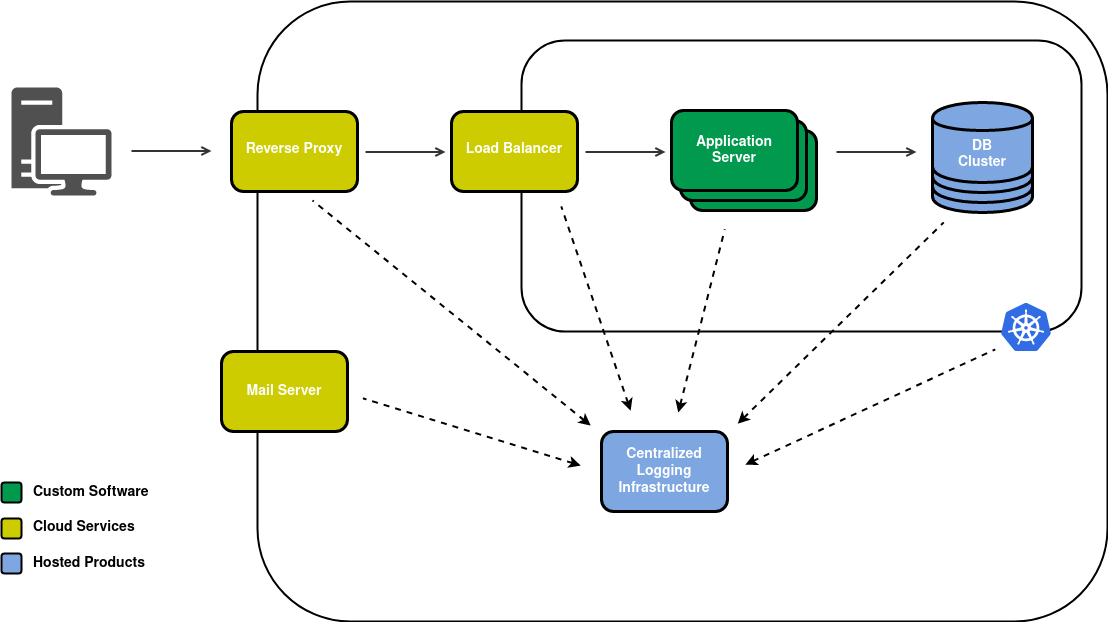
Above: assets/posts/2020-08-31-rico-logging/modern-application-setup.png in karakun/karakun.github.io (draw.io), before the change. Source tidied: cells renumbered, new cells last; positions are measured from the earlier drawing's top-left corner, leaving out a move shared by most shapes.
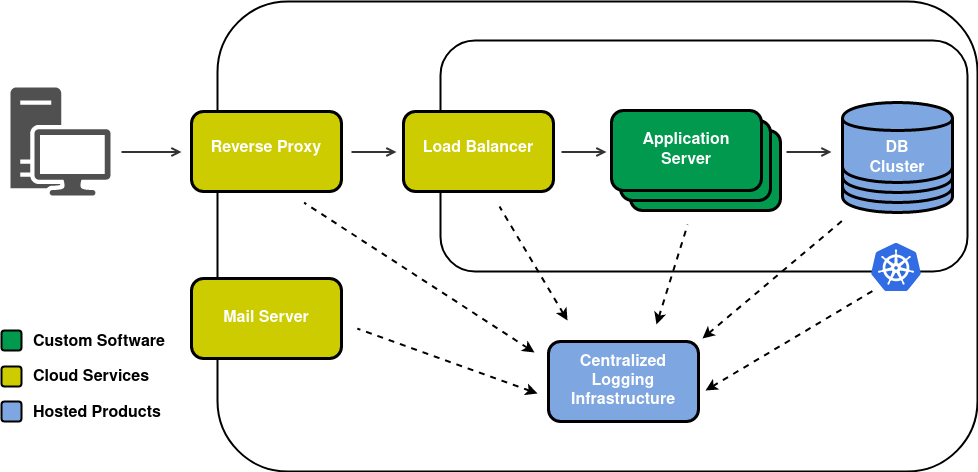
The same diagram one commit later.

Commit message:
add graphics to logging blog post

Change to the diagram source:
```diff
@@ -3,113 +3,121 @@
     <mxCell id="0" />
     <mxCell id="1" parent="0" />
     <mxCell id="2" style="rounded=1;whiteSpace=wrap;html=1;strokeWidth=2;" parent="1" vertex="1">
-      <mxGeometry x="256" width="850" height="620" as="geometry" />
+      <mxGeometry x="256" width="760" height="470" as="geometry" />
     </mxCell>
     <mxCell id="3" style="rounded=1;whiteSpace=wrap;html=1;strokeWidth=2;" parent="1" vertex="1">
-      <mxGeometry x="520" y="39" width="560" height="291" as="geometry" />
+      <mxGeometry x="479" y="39" width="527" height="231" as="geometry" />
     </mxCell>
     <mxCell id="4" style="rounded=1;whiteSpace=wrap;html=1;strokeWidth=3;fontColor=#ffffff;fillColor=#00994D;" parent="1" vertex="1">
-      <mxGeometry x="689" y="129" width="126" height="80" as="geometry" />
+      <mxGeometry x="669" y="129" width="150" height="80" as="geometry" />
     </mxCell>
     <mxCell id="5" style="rounded=1;whiteSpace=wrap;html=1;strokeWidth=3;fontColor=#ffffff;fillColor=#00994D;" parent="1" vertex="1">
-      <mxGeometry x="679" y="119" width="126" height="80" as="geometry" />
+      <mxGeometry x="659" y="119" width="150" height="80" as="geometry" />
     </mxCell>
-    <mxCell id="6" value="&lt;div style=&quot;font-size: 14px;&quot;&gt;Application&lt;/div&gt;&lt;div style=&quot;font-size: 14px;&quot;&gt;Server&lt;/div&gt;" style="rounded=1;whiteSpace=wrap;html=1;strokeWidth=3;fontColor=#ffffff;fillColor=#00994D;fontSize=14;fontStyle=1;" parent="1" vertex="1">
-      <mxGeometry x="670" y="109" width="126" height="80" as="geometry" />
+    <mxCell id="6" value="&lt;div style=&quot;font-size: 16px;&quot;&gt;Application&lt;/div&gt;&lt;div style=&quot;font-size: 16px;&quot;&gt;Server&lt;/div&gt;" style="rounded=1;whiteSpace=wrap;html=1;strokeWidth=3;fontColor=#ffffff;fillColor=#00994D;fontSize=16;fontStyle=1;" parent="1" vertex="1">
+      <mxGeometry x="650" y="109" width="150" height="80" as="geometry" />
     </mxCell>
-    <mxCell id="7" value="&lt;p style=&quot;line-height: 120%; font-size: 14px;&quot;&gt;&lt;/p&gt;&lt;div style=&quot;font-size: 14px;&quot;&gt;&lt;font style=&quot;font-size: 14px;&quot;&gt;&lt;sup style=&quot;font-size: 14px;&quot;&gt;&lt;font style=&quot;font-size: 14px;&quot;&gt;Reverse Proxy&lt;/font&gt;&lt;/sup&gt;&lt;/font&gt;&lt;/div&gt;&lt;p style=&quot;font-size: 14px;&quot;&gt;&lt;/p&gt;" style="rounded=1;whiteSpace=wrap;strokeWidth=3;fontColor=#ffffff;fillColor=#CCCC00;spacing=2;html=1;fontSize=14;fontStyle=1;" parent="1" vertex="1">
-      <mxGeometry x="230" y="110" width="126" height="80" as="geometry" />
+    <mxCell id="7" value="&lt;p style=&quot;line-height: 120%; font-size: 16px;&quot;&gt;&lt;/p&gt;&lt;div style=&quot;font-size: 16px;&quot;&gt;&lt;font style=&quot;font-size: 16px;&quot;&gt;&lt;sup style=&quot;font-size: 16px;&quot;&gt;&lt;font style=&quot;font-size: 16px;&quot;&gt;Reverse Proxy&lt;/font&gt;&lt;/sup&gt;&lt;/font&gt;&lt;/div&gt;&lt;p style=&quot;font-size: 16px;&quot;&gt;&lt;/p&gt;" style="rounded=1;whiteSpace=wrap;strokeWidth=3;fontColor=#ffffff;fillColor=#CCCC00;spacing=2;html=1;fontSize=16;fontStyle=1;" parent="1" vertex="1">
+      <mxGeometry x="230" y="110" width="150" height="80" as="geometry" />
     </mxCell>
     <mxCell id="8" style="endArrow=open;html=1;endFill=0;strokeWidth=2;strokeColor=#333333;" parent="1" edge="1">
       <mxGeometry relative="1" as="geometry">
-        <mxPoint x="130" y="149.5" as="sourcePoint" />
-        <mxPoint x="210" y="149.5" as="targetPoint" />
+        <mxPoint x="160" y="150.5" as="sourcePoint" />
+        <mxPoint x="220" y="150.5" as="targetPoint" />
       </mxGeometry>
     </mxCell>
     <mxCell id="9" style="endArrow=open;html=1;endFill=0;strokeWidth=2;strokeColor=#333333;" parent="1" edge="1">
       <mxGeometry relative="1" as="geometry">
-        <mxPoint x="835" y="150.5" as="sourcePoint" />
-        <mxPoint x="915" y="150.5" as="targetPoint" />
+        <mxPoint x="825" y="150.5" as="sourcePoint" />
+        <mxPoint x="870" y="150.5" as="targetPoint" />
       </mxGeometry>
     </mxCell>
-    <mxCell id="10" value="Centralized&lt;br style=&quot;font-size: 14px;&quot;&gt;Logging&lt;br style=&quot;font-size: 14px;&quot;&gt;Infrastructure" style="rounded=1;whiteSpace=wrap;html=1;strokeWidth=3;fontColor=#ffffff;fillColor=#7EA6E0;fontSize=14;fontStyle=1;" parent="1" vertex="1">
-      <mxGeometry x="600" y="430" width="126" height="80" as="geometry" />
+    <mxCell id="10" value="Centralized&lt;br style=&quot;font-size: 16px;&quot;&gt;Logging&lt;br style=&quot;font-size: 16px;&quot;&gt;Infrastructure" style="rounded=1;whiteSpace=wrap;html=1;strokeWidth=3;fontColor=#ffffff;fillColor=#7EA6E0;fontSize=16;fontStyle=1;" parent="1" vertex="1">
+      <mxGeometry x="587" y="340" width="150" height="80" as="geometry" />
     </mxCell>
-    <mxCell id="11" value="Mail Server" style="rounded=1;whiteSpace=wrap;html=1;strokeWidth=3;fontColor=#ffffff;fillColor=#CCCC00;fontSize=14;fontStyle=1;" parent="1" vertex="1">
-      <mxGeometry x="220" y="350" width="126" height="80" as="geometry" />
+    <mxCell id="11" value="Mail Server" style="rounded=1;whiteSpace=wrap;html=1;strokeWidth=3;fontColor=#ffffff;fillColor=#CCCC00;fontSize=16;fontStyle=1;" parent="1" vertex="1">
+      <mxGeometry x="230" y="277" width="150" height="80" as="geometry" />
     </mxCell>
     <mxCell id="12" style="rounded=1;whiteSpace=wrap;html=1;strokeWidth=2;fontColor=#ffffff;fillColor=#00994D;fontSize=14;fontStyle=1;" parent="1" vertex="1">
-      <mxGeometry y="481" width="20" height="20" as="geometry" />
+      <mxGeometry x="40" y="329" width="20" height="20" as="geometry" />
     </mxCell>
-    <mxCell id="13" value="Custom Software" style="text;html=1;strokeColor=none;fillColor=none;align=left;verticalAlign=middle;whiteSpace=wrap;rounded=0;fontSize=14;fontStyle=1;" parent="1" vertex="1">
-      <mxGeometry x="30" y="481" width="130" height="20" as="geometry" />
+    <mxCell id="13" value="Custom Software" style="text;html=1;strokeColor=none;fillColor=none;align=left;verticalAlign=middle;whiteSpace=wrap;rounded=0;fontSize=16;fontStyle=1;" parent="1" vertex="1">
+      <mxGeometry x="70" y="331" width="160" height="20" as="geometry" />
     </mxCell>
     <mxCell id="14" style="rounded=1;whiteSpace=wrap;html=1;strokeWidth=2;fontColor=#ffffff;fillColor=#CCCC00;fontSize=14;fontStyle=1;" parent="1" vertex="1">
-      <mxGeometry y="517" width="20" height="20" as="geometry" />
+      <mxGeometry x="40" y="365" width="20" height="20" as="geometry" />
     </mxCell>
-    <mxCell id="15" value="Cloud Services" style="text;html=1;strokeColor=none;fillColor=none;align=left;verticalAlign=middle;whiteSpace=wrap;rounded=0;fontSize=14;fontStyle=1;" parent="1" vertex="1">
-      <mxGeometry x="30" y="516" width="130" height="20" as="geometry" />
+    <mxCell id="15" value="Cloud Services" style="text;html=1;strokeColor=none;fillColor=none;align=left;verticalAlign=middle;whiteSpace=wrap;rounded=0;fontSize=16;fontStyle=1;" parent="1" vertex="1">
+      <mxGeometry x="70" y="366" width="130" height="20" as="geometry" />
     </mxCell>
     <mxCell id="16" style="rounded=1;whiteSpace=wrap;html=1;strokeWidth=2;fontColor=#ffffff;fillColor=#7EA6E0;fontSize=14;fontStyle=1;" parent="1" vertex="1">
-      <mxGeometry y="552" width="20" height="20" as="geometry" />
+      <mxGeometry x="40" y="400" width="20" height="20" as="geometry" />
     </mxCell>
-    <mxCell id="17" value="Hosted Products" style="text;html=1;strokeColor=none;fillColor=none;align=left;verticalAlign=middle;whiteSpace=wrap;rounded=0;fontSize=14;fontStyle=1;" parent="1" vertex="1">
-      <mxGeometry x="30" y="552" width="130" height="20" as="geometry" />
+    <mxCell id="17" value="Hosted Products" style="text;html=1;strokeColor=none;fillColor=none;align=left;verticalAlign=middle;whiteSpace=wrap;rounded=0;fontSize=16;fontStyle=1;" parent="1" vertex="1">
+      <mxGeometry x="70" y="402" width="130" height="20" as="geometry" />
     </mxCell>
-    <mxCell id="18" style="endArrow=none;dashed=1;html=1;startArrow=classic;startFill=1;strokeWidth=2;exitX=0.392;exitY=0.684;exitDx=0;exitDy=0;exitPerimeter=0;" parent="1" edge="1" source="2">
-      <mxGeometry relative="1" as="geometry">
-        <mxPoint x="311" y="199" as="targetPoint" />
-      </mxGeometry>
-    </mxCell>
     <mxCell id="19" style="shadow=0;dashed=0;html=1;strokeColor=none;fillColor=#505050;labelPosition=center;verticalLabelPosition=bottom;verticalAlign=top;align=center;shape=mxgraph.office.devices.workstation;" parent="1" vertex="1">
-      <mxGeometry x="10" y="86" width="100" height="108" as="geometry" />
+      <mxGeometry x="49" y="86" width="100" height="108" as="geometry" />
     </mxCell>
-    <mxCell id="20" value="&lt;p style=&quot;line-height: 120%; font-size: 14px;&quot;&gt;&lt;/p&gt;&lt;div style=&quot;font-size: 14px;&quot;&gt;&lt;font style=&quot;font-size: 14px;&quot;&gt;&lt;sup style=&quot;font-size: 14px;&quot;&gt;&lt;font style=&quot;font-size: 14px;&quot;&gt;Load Balancer&lt;/font&gt;&lt;/sup&gt;&lt;/font&gt;&lt;/div&gt;&lt;p style=&quot;font-size: 14px;&quot;&gt;&lt;/p&gt;" style="rounded=1;whiteSpace=wrap;strokeWidth=3;fontColor=#ffffff;fillColor=#CCCC00;spacing=2;html=1;fontSize=14;fontStyle=1;" parent="1" vertex="1">
-      <mxGeometry x="450" y="110" width="126" height="80" as="geometry" />
+    <mxCell id="20" value="&lt;p style=&quot;line-height: 120%; font-size: 16px;&quot;&gt;&lt;/p&gt;&lt;div style=&quot;font-size: 16px;&quot;&gt;&lt;font style=&quot;font-size: 16px;&quot;&gt;&lt;sup style=&quot;font-size: 16px;&quot;&gt;&lt;font style=&quot;font-size: 16px;&quot;&gt;Load Balancer&lt;/font&gt;&lt;/sup&gt;&lt;/font&gt;&lt;/div&gt;&lt;p style=&quot;font-size: 16px;&quot;&gt;&lt;/p&gt;" style="rounded=1;whiteSpace=wrap;strokeWidth=3;fontColor=#ffffff;fillColor=#CCCC00;spacing=2;html=1;fontSize=16;fontStyle=1;" parent="1" vertex="1">
+      <mxGeometry x="442" y="110" width="150" height="80" as="geometry" />
     </mxCell>
     <mxCell id="21" style="endArrow=open;html=1;endFill=0;strokeWidth=2;strokeColor=#333333;" parent="1" edge="1">
       <mxGeometry relative="1" as="geometry">
-        <mxPoint x="364" y="150.5" as="sourcePoint" />
-        <mxPoint x="444" y="150.5" as="targetPoint" />
+        <mxPoint x="390" y="150.5" as="sourcePoint" />
+        <mxPoint x="435" y="150.5" as="targetPoint" />
       </mxGeometry>
     </mxCell>
     <mxCell id="22" style="shape=cylinder;whiteSpace=wrap;html=1;boundedLbl=1;backgroundOutline=1;strokeWidth=3;fillColor=#7EA6E0;strokeColor=#000000;rounded=1;fontColor=#ffffff;" parent="1" vertex="1">
-      <mxGeometry x="931" y="131" width="100" height="80" as="geometry" />
+      <mxGeometry x="881" y="131" width="110" height="80" as="geometry" />
     </mxCell>
     <mxCell id="23" style="shape=cylinder;whiteSpace=wrap;html=1;boundedLbl=1;backgroundOutline=1;strokeWidth=3;fillColor=#7EA6E0;strokeColor=#000000;rounded=1;fontColor=#ffffff;" parent="1" vertex="1">
-      <mxGeometry x="931" y="121" width="100" height="80" as="geometry" />
+      <mxGeometry x="881" y="121" width="110" height="80" as="geometry" />
     </mxCell>
     <mxCell id="24" style="shape=cylinder;whiteSpace=wrap;html=1;boundedLbl=1;backgroundOutline=1;strokeWidth=3;fillColor=#7EA6E0;strokeColor=#000000;rounded=1;fontColor=#ffffff;" parent="1" vertex="1">
-      <mxGeometry x="931" y="111" width="100" height="80" as="geometry" />
+      <mxGeometry x="881" y="111" width="110" height="80" as="geometry" />
     </mxCell>
-    <mxCell id="25" value="DB&lt;br style=&quot;font-size: 14px;&quot;&gt;Cluster" style="shape=cylinder;whiteSpace=wrap;html=1;boundedLbl=1;backgroundOutline=1;strokeWidth=3;fillColor=#7EA6E0;strokeColor=#000000;rounded=1;fontColor=#ffffff;fontSize=14;fontStyle=1;" parent="1" vertex="1">
-      <mxGeometry x="931" y="101" width="100" height="80" as="geometry" />
+    <mxCell id="25" value="DB&lt;br style=&quot;font-size: 16px;&quot;&gt;Cluster" style="shape=cylinder;whiteSpace=wrap;html=1;boundedLbl=1;backgroundOutline=1;strokeWidth=3;fillColor=#7EA6E0;strokeColor=#000000;rounded=1;fontColor=#ffffff;fontSize=16;fontStyle=1;spacingTop=7;" parent="1" vertex="1">
+      <mxGeometry x="881" y="101" width="110" height="80" as="geometry" />
     </mxCell>
     <mxCell id="26" style="html=1;align=center;image;fontSize=12;image=img/lib/mscae/Kubernetes.svg;strokeColor=#000000;strokeWidth=2;" parent="1" vertex="1">
-      <mxGeometry x="1000" y="302" width="50" height="48" as="geometry" />
+      <mxGeometry x="910" y="242" width="50" height="48" as="geometry" />
     </mxCell>
     <mxCell id="27" style="endArrow=open;html=1;endFill=0;strokeWidth=2;strokeColor=#333333;" parent="1" edge="1">
       <mxGeometry relative="1" as="geometry">
-        <mxPoint x="584" y="150.5" as="sourcePoint" />
-        <mxPoint x="664" y="150.5" as="targetPoint" />
+        <mxPoint x="600" y="150.5" as="sourcePoint" />
+        <mxPoint x="645" y="150.5" as="targetPoint" />
       </mxGeometry>
     </mxCell>
-    <mxCell id="28" style="endArrow=none;dashed=1;html=1;startArrow=classic;startFill=1;strokeWidth=2;exitX=0.392;exitY=0.684;exitDx=0;exitDy=0;exitPerimeter=0;entryX=0.124;entryY=0.64;entryDx=0;entryDy=0;entryPerimeter=0;" parent="1" edge="1" target="2">
-      <mxGeometry relative="1" as="geometry">
-        <mxPoint x="579.2" y="464.1" as="sourcePoint" />
-      </mxGeometry>
-    </mxCell>
-    <mxCell id="29" style="endArrow=none;dashed=1;html=1;startArrow=classic;startFill=1;strokeWidth=2;exitX=0.439;exitY=0.66;exitDx=0;exitDy=0;exitPerimeter=0;entryX=0.071;entryY=0.57;entryDx=0;entryDy=0;entryPerimeter=0;" parent="1" edge="1" source="2" target="3">
-      <mxGeometry relative="1" as="geometry" />
+    <mxCell id="29" style="endArrow=none;dashed=1;html=1;startArrow=classic;startFill=1;strokeWidth=2;entryX=0.112;entryY=0.719;entryDx=0;entryDy=0;entryPerimeter=0;" parent="1" edge="1" target="3">
+      <mxGeometry relative="1" as="geometry">
+        <mxPoint x="606" y="319" as="sourcePoint" />
+      </mxGeometry>
     </mxCell>
-    <mxCell id="30" style="endArrow=none;dashed=1;html=1;startArrow=classic;startFill=1;strokeWidth=2;exitX=0.495;exitY=0.663;exitDx=0;exitDy=0;exitPerimeter=0;entryX=0.363;entryY=0.649;entryDx=0;entryDy=0;entryPerimeter=0;" parent="1" edge="1" source="2" target="3">
-      <mxGeometry relative="1" as="geometry" />
+    <mxCell id="30" style="endArrow=none;dashed=1;html=1;startArrow=classic;startFill=1;strokeWidth=2;entryX=0.469;entryY=0.797;entryDx=0;entryDy=0;entryPerimeter=0;" parent="1" edge="1" target="3">
+      <mxGeometry relative="1" as="geometry">
+        <mxPoint x="695" y="323" as="sourcePoint" />
+      </mxGeometry>
     </mxCell>
-    <mxCell id="31" style="endArrow=none;dashed=1;html=1;startArrow=classic;startFill=1;strokeWidth=2;exitX=0.565;exitY=0.681;exitDx=0;exitDy=0;exitPerimeter=0;entryX=0.754;entryY=0.625;entryDx=0;entryDy=0;entryPerimeter=0;" parent="1" edge="1" source="2" target="3">
-      <mxGeometry relative="1" as="geometry" />
-    </mxCell>
-    <mxCell id="32" style="endArrow=none;dashed=1;html=1;startArrow=classic;startFill=1;strokeWidth=2;exitX=0.574;exitY=0.747;exitDx=0;exitDy=0;exitPerimeter=0;entryX=0.868;entryY=0.561;entryDx=0;entryDy=0;entryPerimeter=0;" parent="1" edge="1" source="2" target="2">
-      <mxGeometry relative="1" as="geometry" />
-    </mxCell>
+    <mxCell id="33" style="endArrow=none;dashed=1;html=1;startArrow=classic;startFill=1;strokeWidth=2;entryX=0.184;entryY=0.696;entryDx=0;entryDy=0;entryPerimeter=0;" parent="1" edge="1" target="2">
+      <mxGeometry relative="1" as="geometry">
+        <mxPoint x="576" y="392" as="sourcePoint" />
+      </mxGeometry>
+    </mxCell>
+    <mxCell id="34" style="endArrow=none;dashed=1;html=1;startArrow=classic;startFill=1;strokeWidth=2;entryX=0.114;entryY=0.428;entryDx=0;entryDy=0;entryPerimeter=0;" parent="1" edge="1" target="2">
+      <mxGeometry relative="1" as="geometry">
+        <mxPoint x="573" y="351" as="sourcePoint" />
+      </mxGeometry>
+    </mxCell>
+    <mxCell id="35" style="endArrow=none;dashed=1;html=1;startArrow=classic;startFill=1;strokeWidth=2;entryX=0.765;entryY=0.775;entryDx=0;entryDy=0;entryPerimeter=0;" parent="1" edge="1" target="3">
+      <mxGeometry relative="1" as="geometry">
+        <mxPoint x="741" y="337" as="sourcePoint" />
+      </mxGeometry>
+    </mxCell>
+    <mxCell id="36" style="endArrow=none;dashed=1;html=1;startArrow=classic;startFill=1;strokeWidth=2;entryX=0.865;entryY=0.613;entryDx=0;entryDy=0;entryPerimeter=0;" parent="1" edge="1" target="2">
+      <mxGeometry relative="1" as="geometry">
+        <mxPoint x="744" y="389" as="sourcePoint" />
+      </mxGeometry>
+    </mxCell>
   </root>
 </mxGraphModel>
```
